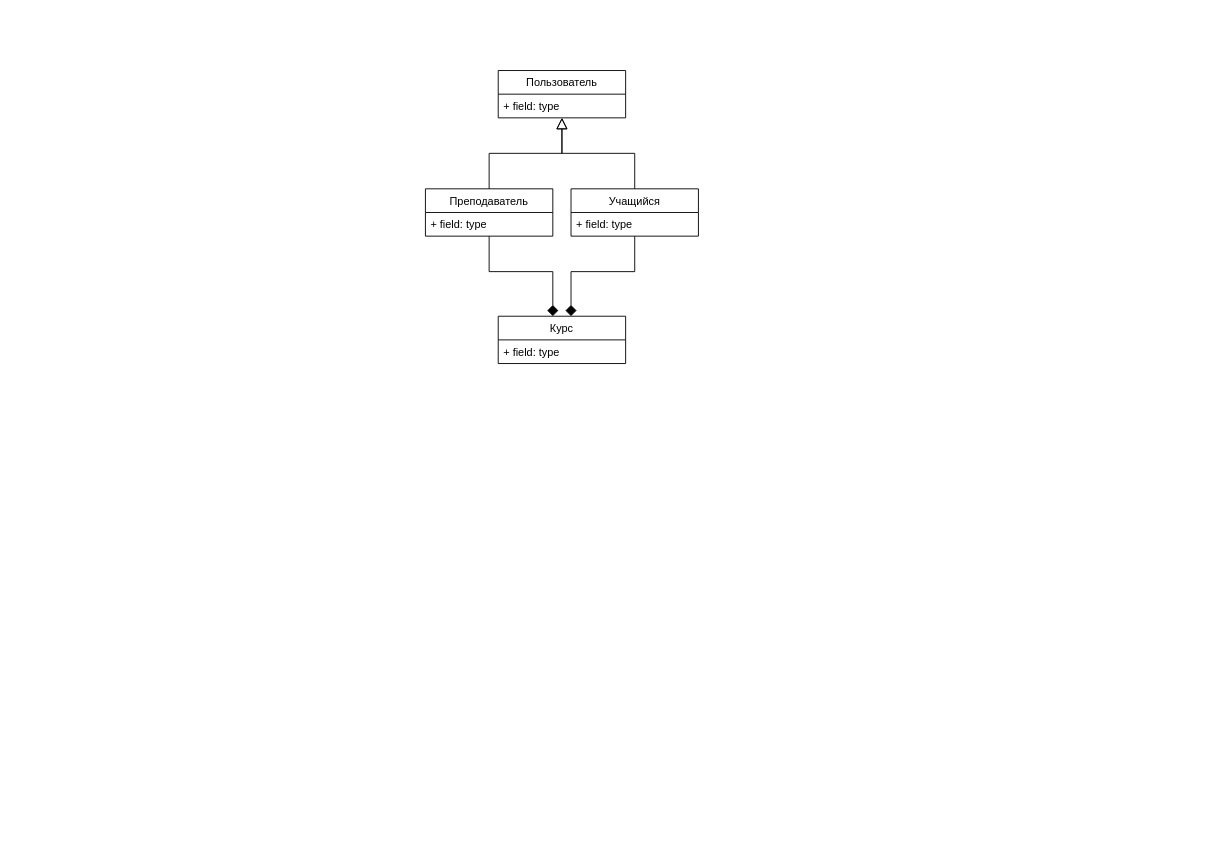
Before: diagrams/Model PrO.drawio in vishIGOR/SchemesForRequirementsEngineering, a draw.io diagram. Source tidied: cells renumbered, new cells numbered last; positions are measured from the earlier drawing's top-left corner, leaving out a move shared by most shapes. Both pictures are drawn from the tidied source at 91%, with x=0, y=0 at pixel (425, 70).
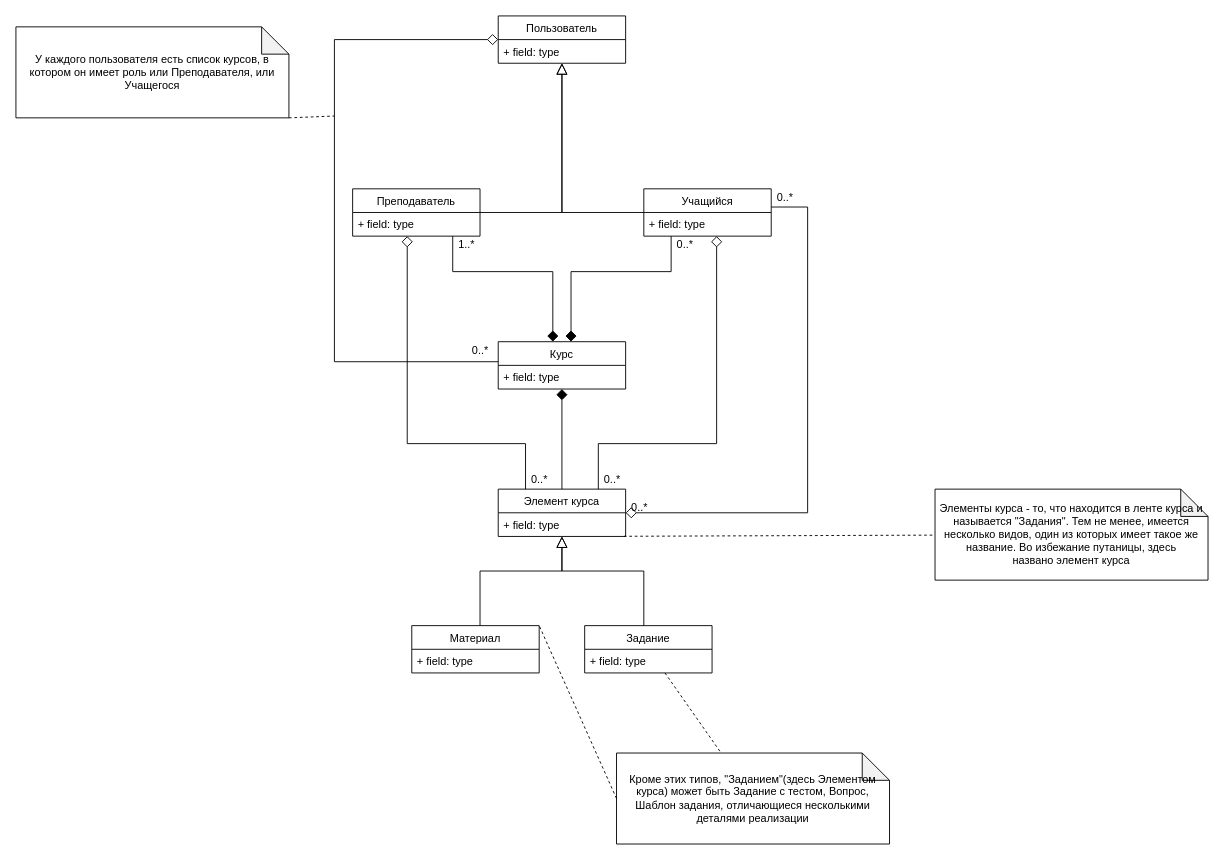
Above is the later version.

Diff of the diagram source:
```diff
@@
     <mxCell id="2" style="edgeStyle=orthogonalEdgeStyle;rounded=0;jettySize=auto;html=1;endArrow=none;endFill=0;startArrow=diamond;startFill=1;endSize=10;startSize=10;" parent="1" edge="1" source="4" target="9">
       <mxGeometry relative="1" as="geometry">
         <Array as="points">
           <mxPoint x="160" y="221" />
-          <mxPoint x="230" y="221" />
+          <mxPoint x="270" y="221" />
         </Array>
       </mxGeometry>
     </mxCell>
     <mxCell id="3" style="edgeStyle=orthogonalEdgeStyle;rounded=0;jettySize=auto;html=1;startArrow=diamond;startFill=1;endArrow=none;endFill=0;startSize=10;endSize=10;" parent="1" edge="1" source="4" target="12">
       <mxGeometry relative="1" as="geometry">
         <Array as="points">
           <mxPoint x="140" y="221" />
-          <mxPoint x="70" y="221" />
+          <mxPoint x="30" y="221" />
         </Array>
       </mxGeometry>
     </mxCell>
+    <mxCell id="14" style="edgeStyle=orthogonalEdgeStyle;rounded=0;jettySize=auto;html=1;startArrow=diamond;startFill=1;endArrow=none;endFill=0;startSize=10;endSize=10;" parent="1" edge="1" source="4" target="21">
+      <mxGeometry relative="1" as="geometry" />
+    </mxCell>
     <mxCell id="4" value="Курс" style="swimlane;fontStyle=0;horizontal=1;startSize=26;fillColor=none;" parent="1" vertex="1">
-      <mxGeometry x="80" y="270" width="140" height="52" as="geometry" />
+      <mxGeometry x="80" y="298" width="140" height="52" as="geometry" />
     </mxCell>
@@
+    <mxCell id="15" style="edgeStyle=orthogonalEdgeStyle;rounded=0;jettySize=auto;html=1;startArrow=diamond;startFill=0;endArrow=none;endFill=0;startSize=10;endSize=10;" parent="1" edge="1" source="6" target="4">
+      <mxGeometry relative="1" as="geometry">
+        <Array as="points">
+          <mxPoint x="-100" y="-34" />
+          <mxPoint x="-100" y="320" />
+        </Array>
+      </mxGeometry>
+    </mxCell>
     <mxCell id="6" value="Пользователь" style="swimlane;fontStyle=0;horizontal=1;startSize=26;fillColor=none;" parent="1" vertex="1">
-      <mxGeometry x="80" width="140" height="52" as="geometry" />
+      <mxGeometry x="80" y="-60" width="140" height="52" as="geometry" />
     </mxCell>
@@
     <mxCell id="8" style="edgeStyle=orthogonalEdgeStyle;rounded=0;jettySize=auto;html=1;endArrow=block;endFill=0;endSize=10;startSize=10;" parent="1" edge="1" source="9" target="6">
-      <mxGeometry relative="1" as="geometry" />
+      <mxGeometry relative="1" as="geometry">
+        <Array as="points">
+          <mxPoint x="150" y="156" />
+        </Array>
+      </mxGeometry>
     </mxCell>
+    <mxCell id="16" style="edgeStyle=orthogonalEdgeStyle;rounded=0;jettySize=auto;html=1;startArrow=diamond;startFill=0;endArrow=none;endFill=0;startSize=10;endSize=10;" parent="1" edge="1" source="9" target="21">
+      <mxGeometry relative="1" as="geometry">
+        <Array as="points">
+          <mxPoint x="320" y="410" />
+          <mxPoint x="190" y="410" />
+        </Array>
+      </mxGeometry>
+    </mxCell>
     <mxCell id="9" value="Учащийся" style="swimlane;fontStyle=0;horizontal=1;startSize=26;fillColor=none;" parent="1" vertex="1">
-      <mxGeometry x="160" y="130" width="140" height="52" as="geometry" />
+      <mxGeometry x="240" y="130" width="140" height="52" as="geometry" />
     </mxCell>
@@
     <mxCell id="11" style="edgeStyle=orthogonalEdgeStyle;rounded=0;jettySize=auto;html=1;endArrow=block;endFill=0;endSize=10;startSize=10;" parent="1" edge="1" source="12" target="6">
-      <mxGeometry relative="1" as="geometry" />
+      <mxGeometry relative="1" as="geometry">
+        <Array as="points">
+          <mxPoint x="150" y="156" />
+        </Array>
+      </mxGeometry>
     </mxCell>
+    <mxCell id="17" style="edgeStyle=orthogonalEdgeStyle;rounded=0;jettySize=auto;html=1;startArrow=diamond;startFill=0;endArrow=none;endFill=0;startSize=10;endSize=10;" parent="1" edge="1" source="12" target="21">
+      <mxGeometry relative="1" as="geometry">
+        <Array as="points">
+          <mxPoint x="-20" y="410" />
+          <mxPoint x="110" y="410" />
+        </Array>
+      </mxGeometry>
+    </mxCell>
     <mxCell id="12" value="Преподаватель" style="swimlane;fontStyle=0;horizontal=1;startSize=26;fillColor=none;" parent="1" vertex="1">
-      <mxGeometry y="130" width="140" height="52" as="geometry" />
+      <mxGeometry x="-80" y="130" width="140" height="52" as="geometry" />
     </mxCell>
@@
+    <mxCell id="18" value="1..*" style="text;html=1;align=center;verticalAlign=middle;strokeColor=none;fillColor=none;" parent="1" vertex="1">
+      <mxGeometry x="30" y="182" width="30" height="20" as="geometry" />
+    </mxCell>
+    <mxCell id="19" value="0..*" style="text;html=1;align=center;verticalAlign=middle;strokeColor=none;fillColor=none;" parent="1" vertex="1">
+      <mxGeometry x="270" y="182" width="30" height="20" as="geometry" />
+    </mxCell>
+    <mxCell id="20" style="edgeStyle=orthogonalEdgeStyle;rounded=0;jettySize=auto;html=1;startArrow=diamond;startFill=0;endArrow=none;endFill=0;startSize=10;endSize=10;" parent="1" edge="1" source="21" target="9">
+      <mxGeometry relative="1" as="geometry">
+        <Array as="points">
+          <mxPoint x="420" y="486" />
+          <mxPoint x="420" y="150" />
+        </Array>
+      </mxGeometry>
+    </mxCell>
+    <mxCell id="21" value="Элемент курса" style="swimlane;fontStyle=0;horizontal=1;startSize=26;fillColor=none;" parent="1" vertex="1">
+      <mxGeometry x="80" y="460" width="140" height="52" as="geometry" />
+    </mxCell>
+    <mxCell id="22" value="+ field: type" style="text;strokeColor=none;fillColor=none;align=left;verticalAlign=top;spacingLeft=4;spacingRight=4;overflow=hidden;points=[[0,0.5],[1,0.5]];portConstraint=eastwest;" parent="21" vertex="1">
+      <mxGeometry y="26" width="140" height="26" as="geometry" />
+    </mxCell>
+    <mxCell id="23" style="edgeStyle=orthogonalEdgeStyle;rounded=0;jettySize=auto;html=1;startArrow=none;startFill=0;endArrow=block;endFill=0;startSize=10;endSize=10;" parent="1" edge="1" source="24" target="21">
+      <mxGeometry relative="1" as="geometry">
+        <Array as="points">
+          <mxPoint x="60" y="550" />
+          <mxPoint x="150" y="550" />
+        </Array>
+      </mxGeometry>
+    </mxCell>
+    <mxCell id="24" value="Материал" style="swimlane;fontStyle=0;horizontal=1;startSize=26;fillColor=none;" parent="1" vertex="1">
+      <mxGeometry x="-15" y="610" width="140" height="52" as="geometry" />
+    </mxCell>
+    <mxCell id="25" value="+ field: type" style="text;strokeColor=none;fillColor=none;align=left;verticalAlign=top;spacingLeft=4;spacingRight=4;overflow=hidden;" parent="24" vertex="1">
+      <mxGeometry y="26" width="140" height="26" as="geometry" />
+    </mxCell>
+    <mxCell id="26" style="edgeStyle=orthogonalEdgeStyle;rounded=0;jettySize=auto;html=1;startArrow=none;startFill=0;endArrow=block;endFill=0;startSize=10;endSize=10;" parent="1" edge="1" source="27" target="21">
+      <mxGeometry relative="1" as="geometry">
+        <Array as="points">
+          <mxPoint x="240" y="550" />
+          <mxPoint x="150" y="550" />
+        </Array>
+      </mxGeometry>
+    </mxCell>
+    <mxCell id="27" value="Задание" style="swimlane;fontStyle=0;horizontal=1;startSize=26;fillColor=none;" parent="1" vertex="1">
+      <mxGeometry x="175" y="610" width="140" height="52" as="geometry" />
+    </mxCell>
+    <mxCell id="28" value="+ field: type" style="text;strokeColor=none;fillColor=none;align=left;verticalAlign=top;spacingLeft=4;spacingRight=4;overflow=hidden;" parent="27" vertex="1">
+      <mxGeometry y="26" width="140" height="26" as="geometry" />
+    </mxCell>
+    <mxCell id="29" value="0..*" style="text;html=1;align=center;verticalAlign=middle;strokeColor=none;fillColor=none;" parent="1" vertex="1">
+      <mxGeometry x="190" y="440" width="30" height="20" as="geometry" />
+    </mxCell>
+    <mxCell id="30" value="Элементы курса - то, что находится в ленте курса и называется &quot;Задания&quot;. Тем не менее, имеется несколько видов, один из которых имеет такое же название. Во избежание путаницы, здесь &lt;br&gt;названо элемент курса" style="shape=note;whiteSpace=wrap;html=1;backgroundOutline=1;darkOpacity=0.05;" parent="1" vertex="1">
+      <mxGeometry x="560" y="460" width="300" height="100" as="geometry" />
+    </mxCell>
+    <mxCell id="31" style="endArrow=none;dashed=1;html=1;rounded=0;startSize=10;endSize=10;exitX=0.986;exitY=0.993;exitDx=0;exitDy=0;exitPerimeter=0;" parent="1" edge="1" source="22" target="30">
+      <mxGeometry relative="1" as="geometry" />
+    </mxCell>
+    <mxCell id="32" value="Кроме этих типов, &quot;Заданием&quot;(здесь Элементом курса) может быть Задание с тестом, Вопрос, Шаблон задания, отличающиеся несколькими деталями реализации" style="shape=note;whiteSpace=wrap;html=1;backgroundOutline=1;darkOpacity=0.05;" parent="1" vertex="1">
+      <mxGeometry x="210" y="750" width="300" height="100" as="geometry" />
+    </mxCell>
+    <mxCell id="33" style="endArrow=none;dashed=1;html=1;rounded=0;startSize=10;endSize=10;" parent="1" edge="1" source="27" target="32">
+      <mxGeometry relative="1" as="geometry" />
+    </mxCell>
+    <mxCell id="34" style="endArrow=none;dashed=1;html=1;rounded=0;startSize=10;endSize=10;exitX=0;exitY=0.5;exitDx=0;exitDy=0;exitPerimeter=0;entryX=1;entryY=0;entryDx=0;entryDy=0;" parent="1" edge="1" source="32" target="24">
+      <mxGeometry relative="1" as="geometry" />
+    </mxCell>
+    <mxCell id="35" value="У каждого пользователя есть список курсов, в котором он имеет роль или Преподавателя, или Учащегося" style="shape=note;whiteSpace=wrap;html=1;backgroundOutline=1;darkOpacity=0.05;" parent="1" vertex="1">
+      <mxGeometry x="-450" y="-48" width="300" height="100" as="geometry" />
+    </mxCell>
+    <mxCell id="36" style="endArrow=none;dashed=1;html=1;rounded=0;startSize=10;endSize=10;exitX=1;exitY=1;exitDx=0;exitDy=0;exitPerimeter=0;" parent="1" edge="1" source="35">
+      <mxGeometry relative="1" as="geometry">
+        <mxPoint x="-100" y="50" as="targetPoint" />
+      </mxGeometry>
+    </mxCell>
+    <mxCell id="37" value="0..*" style="text;html=1;align=center;verticalAlign=middle;strokeColor=none;fillColor=none;" parent="1" vertex="1">
+      <mxGeometry x="45" y="298" width="30" height="20" as="geometry" />
+    </mxCell>
+    <mxCell id="38" value="0..*" style="text;html=1;align=center;verticalAlign=middle;strokeColor=none;fillColor=none;" parent="1" vertex="1">
+      <mxGeometry x="220" y="470" width="30" height="20" as="geometry" />
+    </mxCell>
+    <mxCell id="39" value="0..*" style="text;html=1;align=center;verticalAlign=middle;strokeColor=none;fillColor=none;" parent="1" vertex="1">
+      <mxGeometry x="110" y="440" width="30" height="20" as="geometry" />
+    </mxCell>
+    <mxCell id="40" value="0..*" style="text;html=1;align=center;verticalAlign=middle;strokeColor=none;fillColor=none;" parent="1" vertex="1">
+      <mxGeometry x="380" y="130" width="30" height="20" as="geometry" />
+    </mxCell>
```
